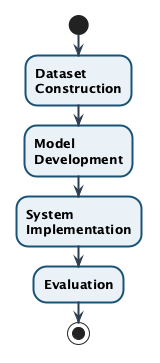
jaweed3/retakId keeps this PlantUML diagram as docs/tex/diagrams/methodology-slim.png. Above is the earlier version. Source of this version:
```plantuml
@startuml
skinparam backgroundColor White
skinparam ArrowColor #2c3e50
skinparam ArrowThickness 2
skinparam activityBorderColor #1a5276
skinparam activityBackgroundColor #eaf2f8
skinparam activityBorderThickness 2
skinparam activityFontSize 13
skinparam activityFontStyle bold
skinparam activityShape roundRect
skinparam defaultTextColor #1a1a1a

start
:Dataset\nConstruction;
:Model\nDevelopment;
:System\nImplementation;
:Evaluation;
stop
@enduml
```
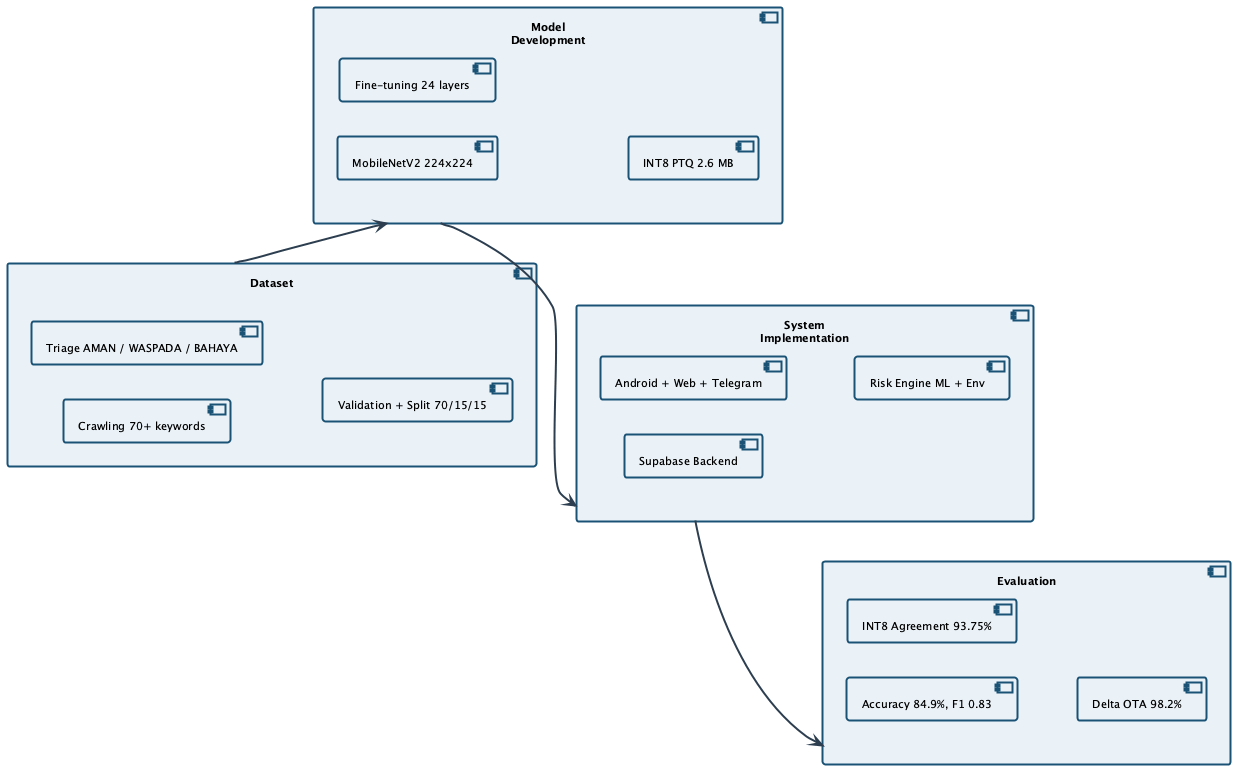
The same file after the commit.

Commit message:
methodology-slim: horizontal component diagram layout with left-to-right direction

The edit, as a diff of the source:
```diff
@@ -1,19 +1,43 @@
 @startuml
+left to right direction
 skinparam backgroundColor White
 skinparam ArrowColor #2c3e50
 skinparam ArrowThickness 2
-skinparam activityBorderColor #1a5276
-skinparam activityBackgroundColor #eaf2f8
-skinparam activityBorderThickness 2
-skinparam activityFontSize 13
-skinparam activityFontStyle bold
-skinparam activityShape roundRect
+skinparam componentBorderColor #1a5276
+skinparam componentBackgroundColor #eaf2f8
+skinparam componentBorderThickness 2
+skinparam componentFontSize 11
 skinparam defaultTextColor #1a1a1a
+skinparam rectangleBorderColor #2c3e50
+skinparam rectangleBackgroundColor #f8f9fa
+skinparam rectangleFontStyle bold
+skinparam rectangleFontSize 13
 
-start
-:Dataset\nConstruction;
-:Model\nDevelopment;
-:System\nImplementation;
-:Evaluation;
-stop
+component "Dataset" as d {
+  [Crawling 70+ keywords]
+  [Triage AMAN / WASPADA / BAHAYA]
+  [Validation + Split 70/15/15]
+}
+
+component "Model\nDevelopment" as m {
+  [MobileNetV2 224x224]
+  [Fine-tuning 24 layers]
+  [INT8 PTQ 2.6 MB]
+}
+
+component "System\nImplementation" as s {
+  [Android + Web + Telegram]
+  [Supabase Backend]
+  [Risk Engine ML + Env]
+}
+
+component "Evaluation" as e {
+  [Accuracy 84.9%, F1 0.83]
+  [INT8 Agreement 93.75%]
+  [Delta OTA 98.2%]
+}
+
+d --> m
+m --> s
+s --> e
 @enduml
```
